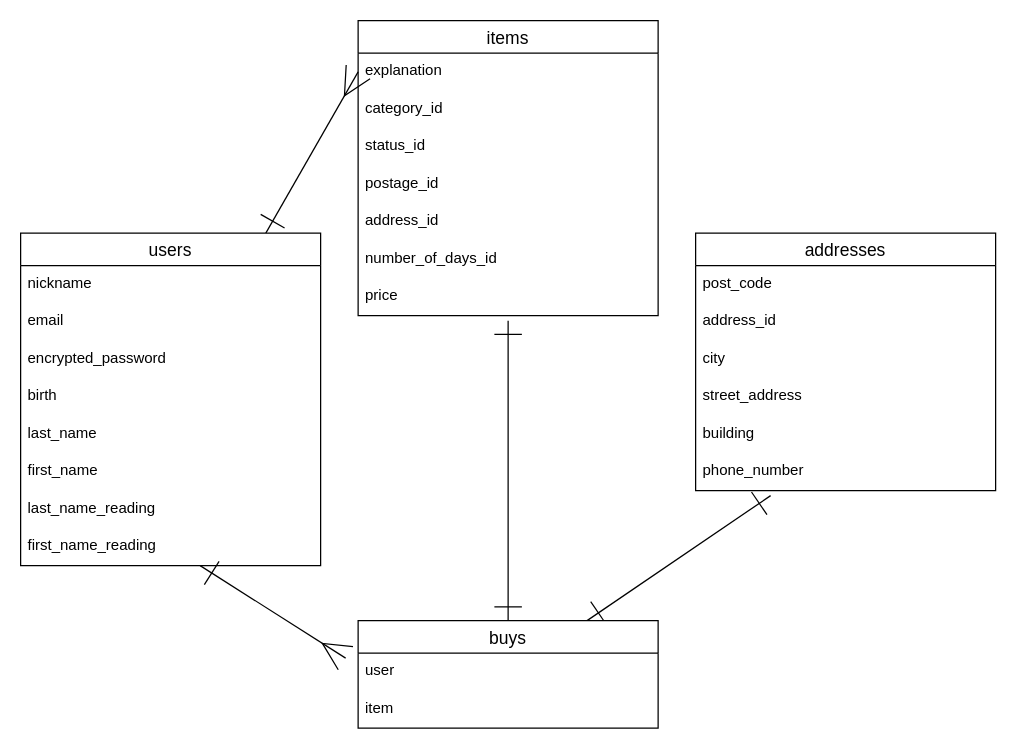
aiueo818/furima-40136 keeps this draw.io diagram as ER.dio. Above is the earlier version. Source tidied: cells renumbered, new cells numbered last; positions are measured from the earlier drawing's top-left corner, leaving out a move shared by most shapes. Both pictures are drawn from the tidied source at 125%, with x=0, y=0 at pixel (20, 20).
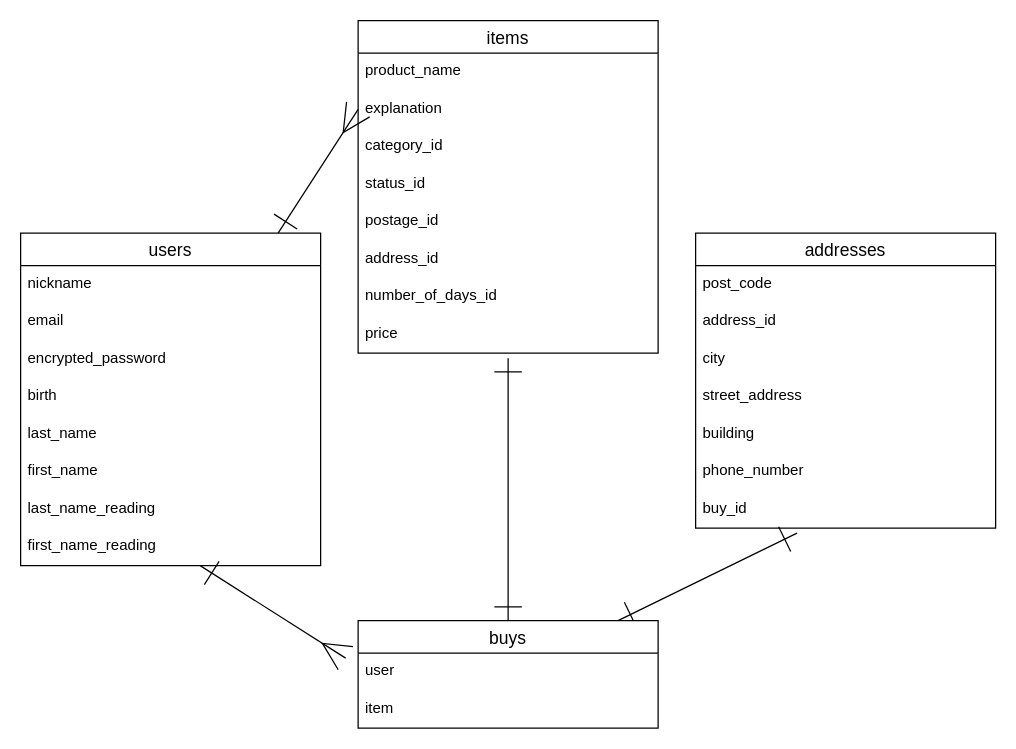
The same page after the edit.

Commit message (it also covers changes not shown here):
DB設計の修正３

# What
レビューいただいた箇所の修正（ER図の更新とREADMEの記載）

# Why
DB設計を正しく行うため

ER図URL
https://gyazo.com/209fd0a96f3939f655c4a038d0079b3a

The change refers to these unchanged cells:
```xml
<mxCell id="22" value="buys" style="swimlane;fontStyle=0;horizontal=1;startSize=26;align=center;fontSize=14;" parent="1" vertex="1">
  <mxGeometry x="270" y="480" width="240" height="86" as="geometry" />
</mxCell>
```

The edit, as a diff of the source:
```diff
@@
     <mxCell id="12" value="items" style="swimlane;fontStyle=0;horizontal=1;startSize=26;align=center;fontSize=14;" parent="1" vertex="1">
-      <mxGeometry x="270" width="240" height="236" as="geometry" />
+      <mxGeometry x="270" width="240" height="266" as="geometry" />
     </mxCell>
+    <mxCell id="34" value="product_name" style="text;strokeColor=none;fillColor=none;spacingLeft=4;spacingRight=4;overflow=hidden;fontSize=12;" parent="12" vertex="1">
+      <mxGeometry y="26" width="240" height="30" as="geometry" />
+    </mxCell>
     <mxCell id="13" value="explanation" style="text;strokeColor=none;fillColor=none;spacingLeft=4;spacingRight=4;overflow=hidden;points=[[0,0.5],[1,0.5]];portConstraint=eastwest;fontSize=12;" parent="12" vertex="1">
-      <mxGeometry y="26" width="240" height="30" as="geometry" />
+      <mxGeometry y="56" width="240" height="30" as="geometry" />
     </mxCell>
     <mxCell id="14" value="category_id" style="text;strokeColor=none;fillColor=none;spacingLeft=4;spacingRight=4;overflow=hidden;fontSize=12;" parent="12" vertex="1">
-      <mxGeometry y="56" width="240" height="30" as="geometry" />
+      <mxGeometry y="86" width="240" height="30" as="geometry" />
     </mxCell>
     <mxCell id="15" value="status_id" style="text;strokeColor=none;fillColor=none;spacingLeft=4;spacingRight=4;overflow=hidden;fontSize=12;" parent="12" vertex="1">
-      <mxGeometry y="86" width="240" height="30" as="geometry" />
+      <mxGeometry y="116" width="240" height="30" as="geometry" />
     </mxCell>
     <mxCell id="16" value="postage_id" style="text;strokeColor=none;fillColor=none;spacingLeft=4;spacingRight=4;overflow=hidden;fontSize=12;" parent="12" vertex="1">
-      <mxGeometry y="116" width="240" height="30" as="geometry" />
+      <mxGeometry y="146" width="240" height="30" as="geometry" />
     </mxCell>
     <mxCell id="17" value="address_id" style="text;strokeColor=none;fillColor=none;spacingLeft=4;spacingRight=4;overflow=hidden;fontSize=12;" parent="12" vertex="1">
-      <mxGeometry y="146" width="240" height="30" as="geometry" />
+      <mxGeometry y="176" width="240" height="30" as="geometry" />
     </mxCell>
     <mxCell id="18" value="number_of_days_id" style="text;strokeColor=none;fillColor=none;spacingLeft=4;spacingRight=4;overflow=hidden;fontSize=12;" parent="12" vertex="1">
-      <mxGeometry y="176" width="240" height="30" as="geometry" />
+      <mxGeometry y="206" width="240" height="30" as="geometry" />
     </mxCell>
     <mxCell id="19" value="price" style="text;strokeColor=none;fillColor=none;spacingLeft=4;spacingRight=4;overflow=hidden;fontSize=12;" parent="12" vertex="1">
-      <mxGeometry y="206" width="240" height="30" as="geometry" />
+      <mxGeometry y="236" width="240" height="30" as="geometry" />
     </mxCell>
     <mxCell id="20" style="edgeStyle=none;html=1;startArrow=ERone;startFill=0;endArrow=ERone;endFill=0;startSize=20;endSize=20;targetPerimeterSpacing=0;" parent="1" edge="1" source="22">
       <mxGeometry relative="1" as="geometry">
-        <mxPoint x="390" y="240" as="targetPoint" />
+        <mxPoint x="390" y="270" as="targetPoint" />
       </mxGeometry>
     </mxCell>
-    <mxCell id="21" style="edgeStyle=none;html=1;startArrow=ERone;startFill=0;endArrow=ERone;endFill=0;startSize=20;endSize=20;targetPerimeterSpacing=0;" parent="1" edge="1" source="22">
-      <mxGeometry relative="1" as="geometry">
-        <mxPoint x="600" y="380" as="targetPoint" />
-      </mxGeometry>
+    <mxCell id="21" style="edgeStyle=none;html=1;startArrow=ERone;startFill=0;endArrow=ERone;endFill=0;startSize=20;endSize=20;targetPerimeterSpacing=0;entryX=0.338;entryY=1.133;entryDx=0;entryDy=0;entryPerimeter=0;" parent="1" edge="1" source="22" target="35">
+      <mxGeometry relative="1" as="geometry" />
     </mxCell>
@@
     <mxCell id="26" value="addresses" style="swimlane;fontStyle=0;horizontal=1;startSize=26;align=center;fontSize=14;" parent="1" vertex="1">
-      <mxGeometry x="540" y="170" width="240" height="206" as="geometry" />
+      <mxGeometry x="540" y="170" width="240" height="236" as="geometry" />
     </mxCell>
@@
+    <mxCell id="35" value="buy_id" style="text;strokeColor=none;fillColor=none;spacingLeft=4;spacingRight=4;overflow=hidden;points=[[0,0.5],[1,0.5]];portConstraint=eastwest;fontSize=12;" parent="26" vertex="1">
+      <mxGeometry y="206" width="240" height="30" as="geometry" />
+    </mxCell>
```
